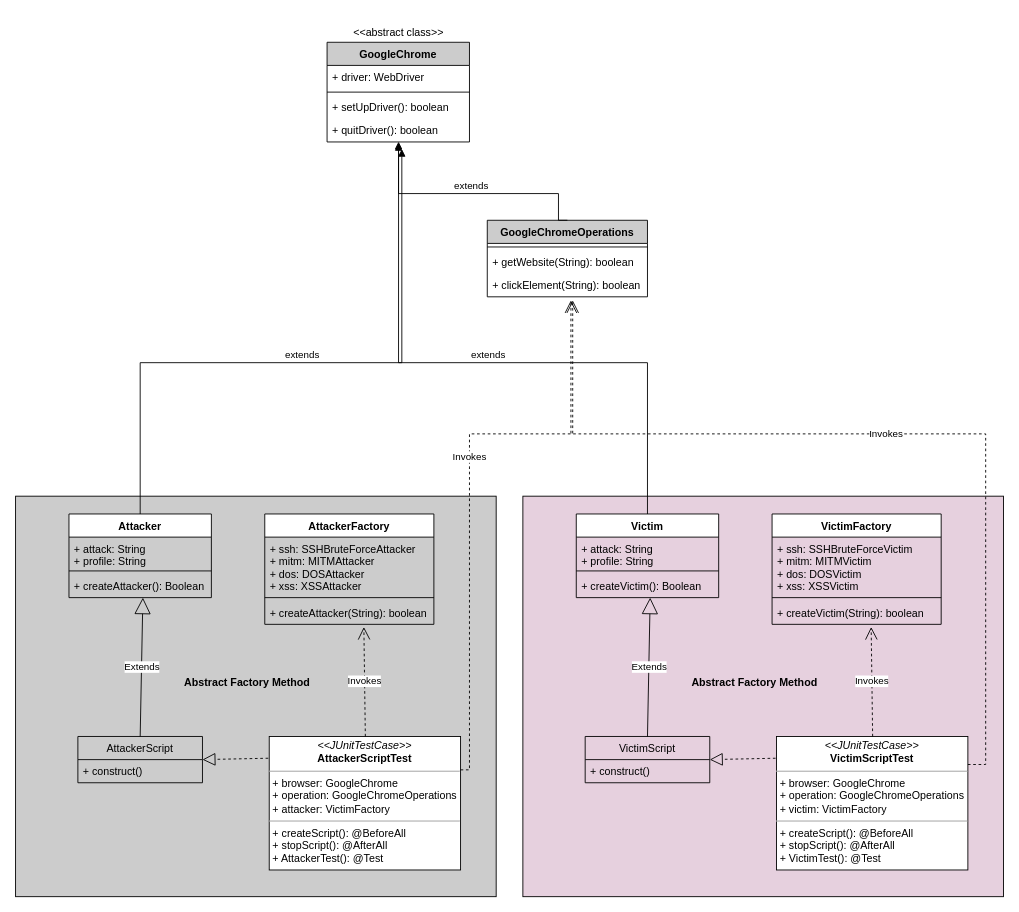
The draw.io diagram Untitled Diagram.drawio in connormc1010/ZFAC025_Final_Project, before the edit. Source tidied: cells renumbered, new cells numbered last; positions are measured from the earlier drawing's top-left corner, leaving out a move shared by most shapes. Both pictures are drawn from the tidied source at 89%, with x=0, y=0 at pixel (15, 24).
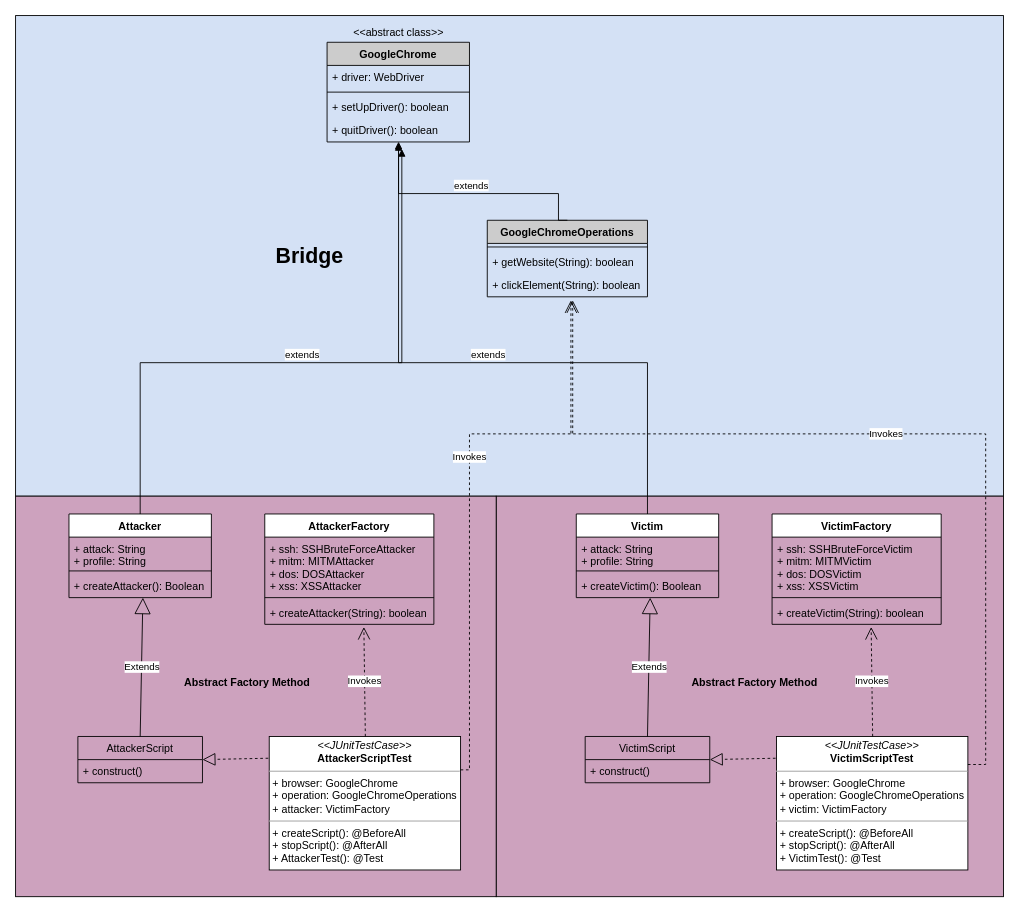
After the change.

Commit message:
included bridge design pattern

Change to the diagram source:
```diff
@@
+    <mxCell id="49" style="rounded=0;whiteSpace=wrap;html=1;fillColor=#D4E1F5;" parent="1" vertex="1">
+      <mxGeometry y="-10" width="1110" height="540" as="geometry" />
+    </mxCell>
-    <mxCell id="2" style="rounded=0;whiteSpace=wrap;html=1;fillColor=#E6D0DE;" parent="1" vertex="1">
-      <mxGeometry x="570" y="530" width="540" height="450" as="geometry" />
+    <mxCell id="2" style="rounded=0;whiteSpace=wrap;html=1;fillColor=#CDA2BE;" parent="1" vertex="1">
+      <mxGeometry x="540" y="530" width="570" height="450" as="geometry" />
     </mxCell>
@@
-    <mxCell id="18" style="rounded=0;whiteSpace=wrap;html=1;fillColor=#CCCCCC;" parent="1" vertex="1">
+    <mxCell id="18" style="rounded=0;whiteSpace=wrap;html=1;fillColor=#CDA2BE;" parent="1" vertex="1">
       <mxGeometry y="530" width="540" height="450" as="geometry" />
     </mxCell>
@@
+    <mxCell id="50" value="&lt;b&gt;&lt;font style=&quot;font-size: 24px&quot;&gt;Bridge&lt;/font&gt;&lt;/b&gt;" style="text;html=1;align=center;verticalAlign=middle;strokeColor=none;fillColor=none;" parent="1" vertex="1">
+      <mxGeometry x="285" y="250" width="90" height="20" as="geometry" />
+    </mxCell>
```
